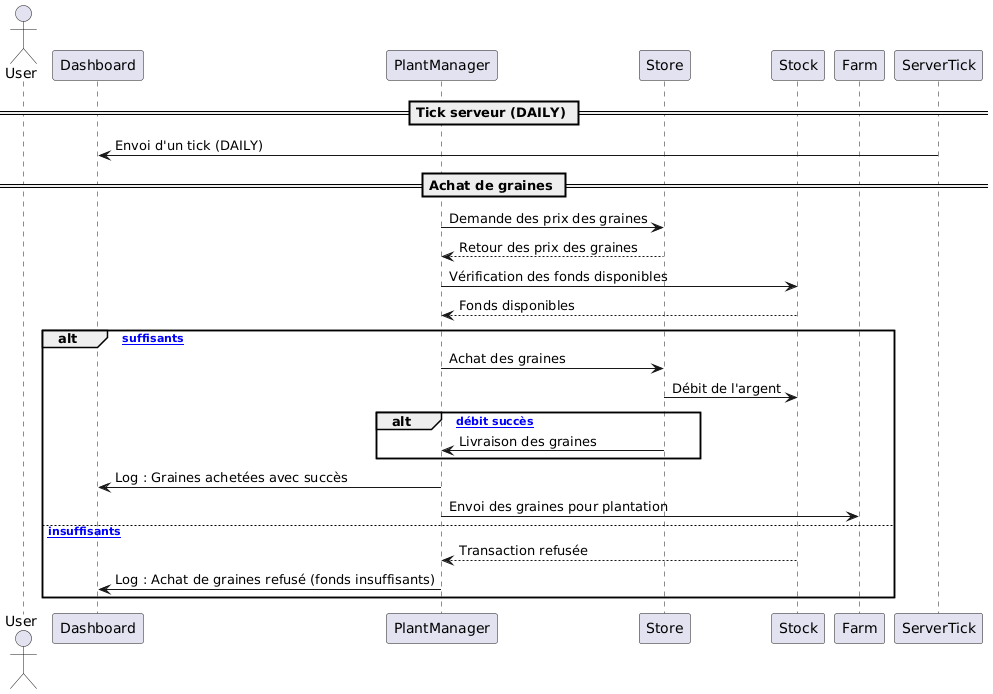
Before: Achat_graines.png, a diagram exported from PlantUML (Dopapipo/dofus-helper). Its diagram source:
```plantuml
@startuml
actor User
participant Dashboard
participant PlantManager
participant Store
participant Stock
participant Farm
participant ServerTick

== Tick serveur (DAILY) ==
ServerTick -> Dashboard : Envoi d'un tick (DAILY)

== Achat de graines ==
PlantManager -> Store : Demande des prix des graines
Store --> PlantManager : Retour des prix des graines
PlantManager -> Stock : Vérification des fonds disponibles
Stock --> PlantManager : Fonds disponibles
alt [Fonds suffisants]
    PlantManager -> Store : Achat des graines
    Store -> Stock : Débit de l'argent
    alt [Succès débit succès]
        Store -> PlantManager : Livraison des graines
    end
    PlantManager -> Dashboard : Log : Graines achetées avec succès
    PlantManager -> Farm : Envoi des graines pour plantation
else [Fonds insuffisants]
    Stock --> PlantManager : Transaction refusée
    PlantManager -> Dashboard : Log : Achat de graines refusé (fonds insuffisants)
end
@enduml
```
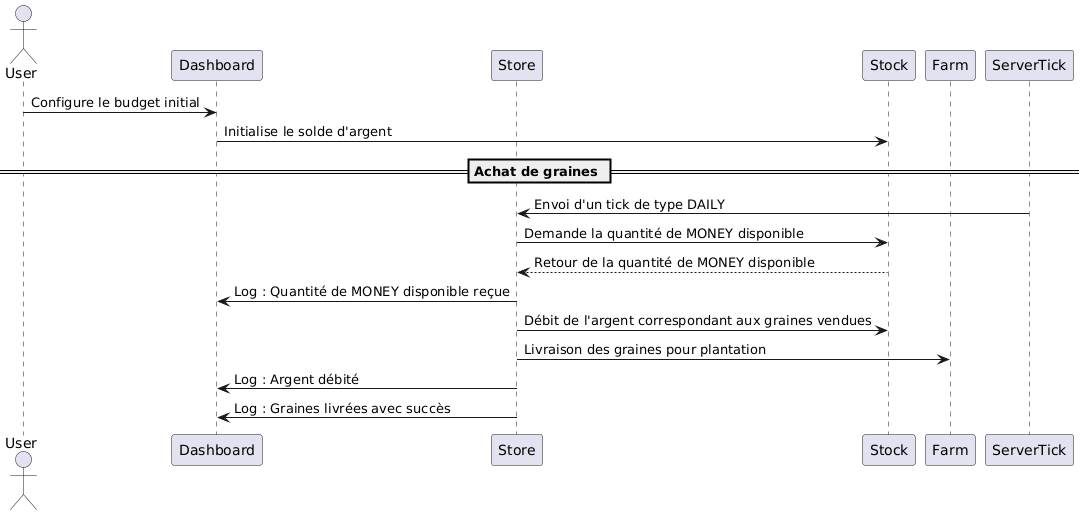
Later version of the same file.

The edit, as a diff of the source:
```diff
@@ -1,30 +1,21 @@
 @startuml
 actor User
 participant Dashboard
-participant PlantManager
 participant Store
 participant Stock
 participant Farm
 participant ServerTick
 
-== Tick serveur (DAILY) ==
-ServerTick -> Dashboard : Envoi d'un tick (DAILY)
+User -> Dashboard : Configure le budget initial
+Dashboard -> Stock : Initialise le solde d'argent
 
 == Achat de graines ==
-PlantManager -> Store : Demande des prix des graines
-Store --> PlantManager : Retour des prix des graines
-PlantManager -> Stock : Vérification des fonds disponibles
-Stock --> PlantManager : Fonds disponibles
-alt [Fonds suffisants]
-    PlantManager -> Store : Achat des graines
-    Store -> Stock : Débit de l'argent
-    alt [Succès débit succès]
-        Store -> PlantManager : Livraison des graines
-    end
-    PlantManager -> Dashboard : Log : Graines achetées avec succès
-    PlantManager -> Farm : Envoi des graines pour plantation
-else [Fonds insuffisants]
-    Stock --> PlantManager : Transaction refusée
-    PlantManager -> Dashboard : Log : Achat de graines refusé (fonds insuffisants)
-end
+ServerTick -> Store : Envoi d'un tick de type DAILY
+Store -> Stock : Demande la quantité de MONEY disponible
+Stock --> Store : Retour de la quantité de MONEY disponible
+Store -> Dashboard : Log : Quantité de MONEY disponible reçue
+Store -> Stock : Débit de l'argent correspondant aux graines vendues
+Store -> Farm : Livraison des graines pour plantation
+Store -> Dashboard : Log : Argent débité
+Store -> Dashboard : Log : Graines livrées avec succès
 @enduml
```
